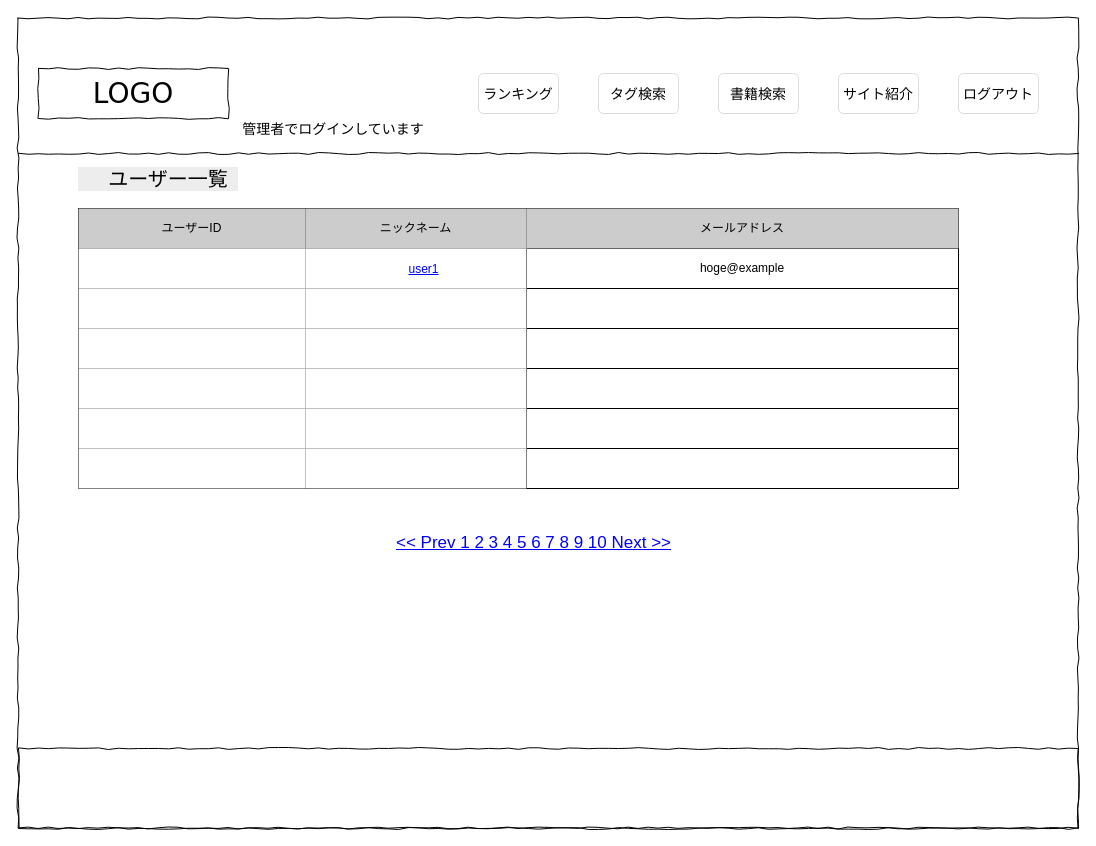
Earlier version of the draw.io diagram page "ユーザー一覧" (3 of 12) of wire_TechnicalBookReviewers_admin.drawio (MitsuruYako/TechnicalBookReviewers). Source tidied: cells renumbered, new cells numbered last; positions are measured from the earlier drawing's top-left corner, leaving out a move shared by most shapes. Both pictures are drawn from the tidied source at 100%, with x=0, y=0 at pixel (18, 18).
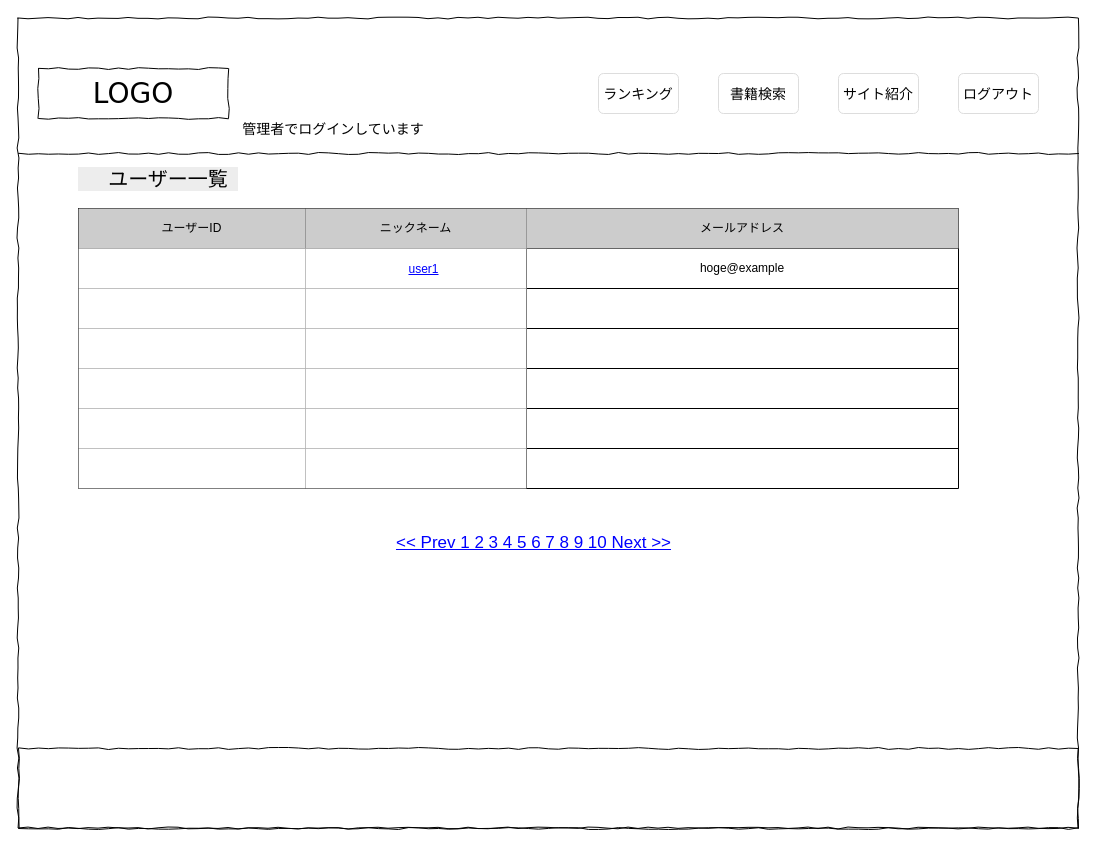
Above is the later version.

Diff of the diagram source:
```diff
@@
-    <mxCell id="41" value="&lt;span style=&quot;font-size: 14px&quot;&gt;タグ検索&lt;/span&gt;" style="html=1;shadow=0;dashed=0;shape=mxgraph.bootstrap.rrect;rSize=5;strokeColor=#dddddd;align=center;fontSize=16;whiteSpace=wrap;fillColor=#FFFFFF;" parent="1" vertex="1">
+    <mxCell id="41" value="&lt;span style=&quot;font-size: 14px&quot;&gt;ランキング&lt;/span&gt;" style="html=1;shadow=0;dashed=0;shape=mxgraph.bootstrap.rrect;rSize=5;strokeColor=#dddddd;align=center;fontSize=16;whiteSpace=wrap;fillColor=#FFFFFF;" parent="1" vertex="1">
       <mxGeometry x="580" y="55" width="80" height="40" as="geometry" />
     </mxCell>
-    <mxCell id="42" value="&lt;span style=&quot;font-size: 14px&quot;&gt;ランキング&lt;/span&gt;" style="html=1;shadow=0;dashed=0;shape=mxgraph.bootstrap.rrect;rSize=5;strokeColor=#dddddd;align=center;fontSize=16;whiteSpace=wrap;fillColor=#FFFFFF;" parent="1" vertex="1">
-      <mxGeometry x="460" y="55" width="80" height="40" as="geometry" />
-    </mxCell>
```
